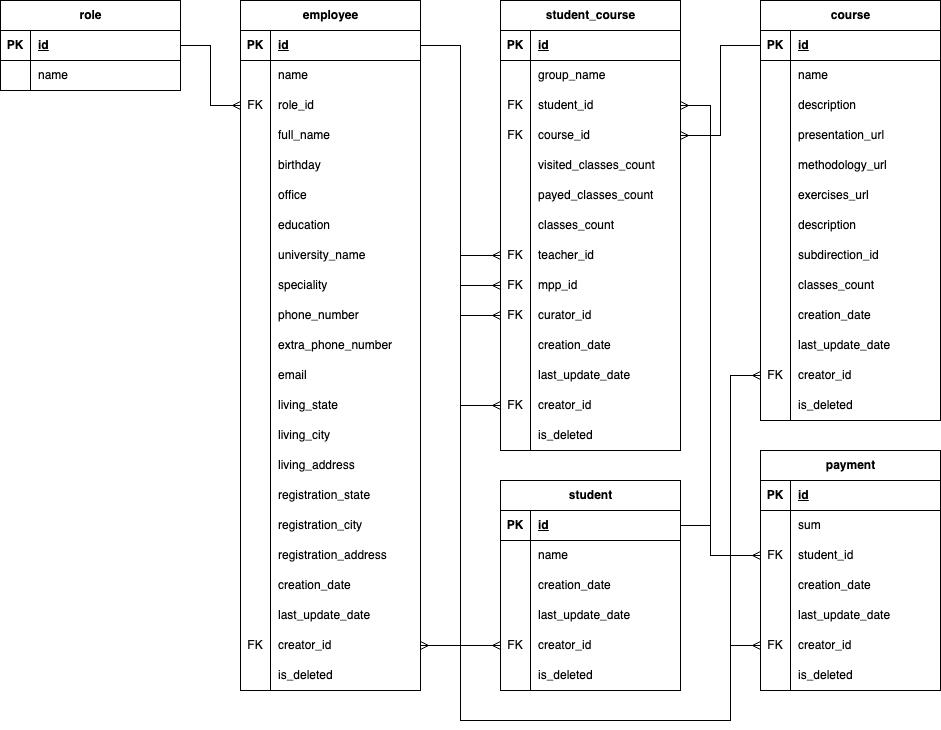
Earlier version of the draw.io export db/ER.png (BerezinYaroslav/ITera). Source tidied: cells renumbered, new cells last; positions are measured from the earlier drawing's top-left corner, leaving out a move shared by most shapes.
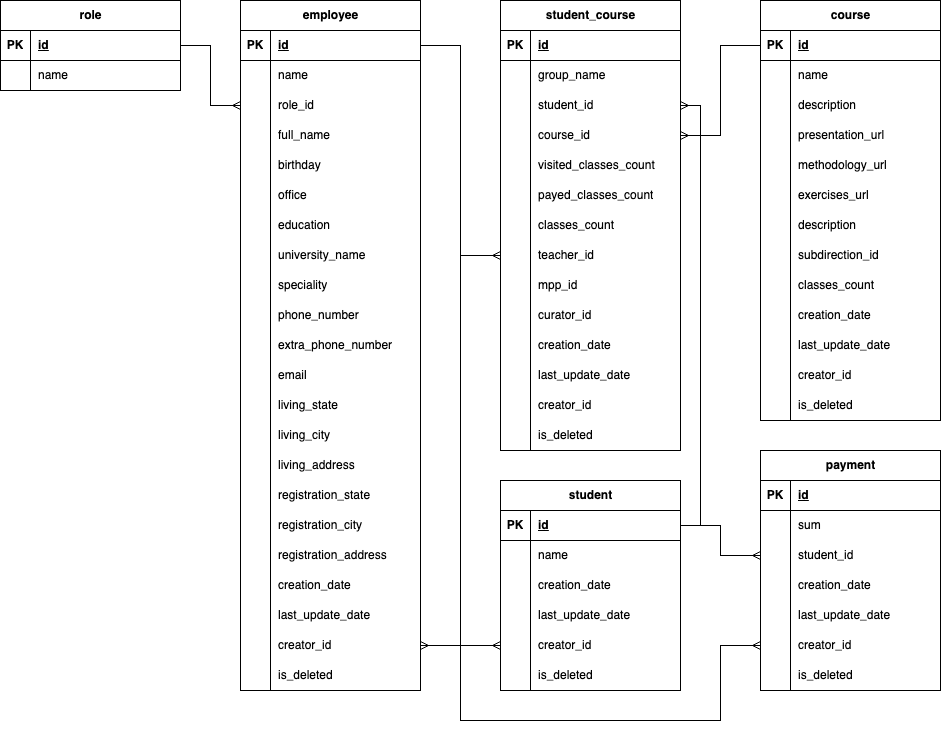
After the change.

Diff of the diagram source:
```diff
@@ -47,7 +47,7 @@
     <mxCell id="16" style="shape=tableRow;horizontal=0;startSize=0;swimlaneHead=0;swimlaneBody=0;fillColor=none;points=[[0,0.5],[1,0.5]];portConstraint=eastwest;top=0;left=0;right=0;bottom=0;" parent="9" vertex="1">
       <mxGeometry y="90" width="180" height="30" as="geometry" />
     </mxCell>
-    <mxCell id="17" value="FK" style="shape=partialRectangle;fillColor=none;top=0;left=0;bottom=0;right=0;overflow=hidden;whiteSpace=wrap;html=1;" parent="16" vertex="1">
+    <mxCell id="17" style="shape=partialRectangle;fillColor=none;top=0;left=0;bottom=0;right=0;overflow=hidden;whiteSpace=wrap;html=1;" parent="16" vertex="1">
       <mxGeometry width="30" height="30" as="geometry" />
     </mxCell>
     <mxCell id="18" value="role_id" style="shape=partialRectangle;fillColor=none;top=0;left=0;bottom=0;right=0;align=left;spacingLeft=6;overflow=hidden;whiteSpace=wrap;html=1;" parent="16" vertex="1">
@@ -209,7 +209,7 @@
     <mxCell id="70" style="shape=tableRow;horizontal=0;startSize=0;swimlaneHead=0;swimlaneBody=0;fillColor=none;points=[[0,0.5],[1,0.5]];portConstraint=eastwest;top=0;left=0;right=0;bottom=0;" parent="9" vertex="1">
       <mxGeometry y="630" width="180" height="30" as="geometry" />
     </mxCell>
-    <mxCell id="71" value="FK" style="shape=partialRectangle;fillColor=none;top=0;left=0;bottom=0;right=0;overflow=hidden;whiteSpace=wrap;html=1;" parent="70" vertex="1">
+    <mxCell id="71" style="shape=partialRectangle;fillColor=none;top=0;left=0;bottom=0;right=0;overflow=hidden;whiteSpace=wrap;html=1;" parent="70" vertex="1">
       <mxGeometry width="30" height="30" as="geometry" />
     </mxCell>
     <mxCell id="72" value="creator_id" style="shape=partialRectangle;fillColor=none;top=0;left=0;bottom=0;right=0;align=left;spacingLeft=6;overflow=hidden;whiteSpace=wrap;html=1;" parent="70" vertex="1">
@@ -329,7 +329,7 @@
     <mxCell id="110" style="shape=tableRow;horizontal=0;startSize=0;swimlaneHead=0;swimlaneBody=0;fillColor=none;points=[[0,0.5],[1,0.5]];portConstraint=eastwest;top=0;left=0;right=0;bottom=0;" parent="76" vertex="1">
       <mxGeometry y="360" width="180" height="30" as="geometry" />
     </mxCell>
-    <mxCell id="111" value="FK" style="shape=partialRectangle;fillColor=none;top=0;left=0;bottom=0;right=0;overflow=hidden;whiteSpace=wrap;html=1;" parent="110" vertex="1">
+    <mxCell id="111" style="shape=partialRectangle;fillColor=none;top=0;left=0;bottom=0;right=0;overflow=hidden;whiteSpace=wrap;html=1;" parent="110" vertex="1">
       <mxGeometry width="30" height="30" as="geometry" />
     </mxCell>
     <mxCell id="112" value="creator_id" style="shape=partialRectangle;fillColor=none;top=0;left=0;bottom=0;right=0;align=left;spacingLeft=6;overflow=hidden;whiteSpace=wrap;html=1;" parent="110" vertex="1">
@@ -386,7 +386,7 @@
     <mxCell id="129" style="shape=tableRow;horizontal=0;startSize=0;swimlaneHead=0;swimlaneBody=0;fillColor=none;points=[[0,0.5],[1,0.5]];portConstraint=eastwest;top=0;left=0;right=0;bottom=0;" parent="116" vertex="1">
       <mxGeometry y="150" width="180" height="30" as="geometry" />
     </mxCell>
-    <mxCell id="130" value="FK" style="shape=partialRectangle;fillColor=none;top=0;left=0;bottom=0;right=0;overflow=hidden;whiteSpace=wrap;html=1;" parent="129" vertex="1">
+    <mxCell id="130" style="shape=partialRectangle;fillColor=none;top=0;left=0;bottom=0;right=0;overflow=hidden;whiteSpace=wrap;html=1;" parent="129" vertex="1">
       <mxGeometry width="30" height="30" as="geometry" />
     </mxCell>
     <mxCell id="131" value="creator_id" style="shape=partialRectangle;fillColor=none;top=0;left=0;bottom=0;right=0;align=left;spacingLeft=6;overflow=hidden;whiteSpace=wrap;html=1;" parent="129" vertex="1">
@@ -425,7 +425,7 @@
     <mxCell id="142" style="shape=tableRow;horizontal=0;startSize=0;swimlaneHead=0;swimlaneBody=0;fillColor=none;points=[[0,0.5],[1,0.5]];portConstraint=eastwest;top=0;left=0;right=0;bottom=0;" parent="135" vertex="1">
       <mxGeometry y="90" width="180" height="30" as="geometry" />
     </mxCell>
-    <mxCell id="143" value="FK" style="shape=partialRectangle;fillColor=none;top=0;left=0;bottom=0;right=0;overflow=hidden;whiteSpace=wrap;html=1;" parent="142" vertex="1">
+    <mxCell id="143" style="shape=partialRectangle;fillColor=none;top=0;left=0;bottom=0;right=0;overflow=hidden;whiteSpace=wrap;html=1;" parent="142" vertex="1">
       <mxGeometry width="30" height="30" as="geometry" />
     </mxCell>
     <mxCell id="144" value="student_id" style="shape=partialRectangle;fillColor=none;top=0;left=0;bottom=0;right=0;align=left;spacingLeft=6;overflow=hidden;whiteSpace=wrap;html=1;" parent="142" vertex="1">
@@ -434,7 +434,7 @@
     <mxCell id="145" style="shape=tableRow;horizontal=0;startSize=0;swimlaneHead=0;swimlaneBody=0;fillColor=none;points=[[0,0.5],[1,0.5]];portConstraint=eastwest;top=0;left=0;right=0;bottom=0;" parent="135" vertex="1">
       <mxGeometry y="120" width="180" height="30" as="geometry" />
     </mxCell>
-    <mxCell id="146" value="FK" style="shape=partialRectangle;fillColor=none;top=0;left=0;bottom=0;right=0;overflow=hidden;whiteSpace=wrap;html=1;" parent="145" vertex="1">
+    <mxCell id="146" style="shape=partialRectangle;fillColor=none;top=0;left=0;bottom=0;right=0;overflow=hidden;whiteSpace=wrap;html=1;" parent="145" vertex="1">
       <mxGeometry width="30" height="30" as="geometry" />
     </mxCell>
     <mxCell id="147" value="course_id" style="shape=partialRectangle;fillColor=none;top=0;left=0;bottom=0;right=0;align=left;spacingLeft=6;overflow=hidden;whiteSpace=wrap;html=1;" parent="145" vertex="1">
@@ -470,7 +470,7 @@
     <mxCell id="157" style="shape=tableRow;horizontal=0;startSize=0;swimlaneHead=0;swimlaneBody=0;fillColor=none;points=[[0,0.5],[1,0.5]];portConstraint=eastwest;top=0;left=0;right=0;bottom=0;" parent="135" vertex="1">
       <mxGeometry y="240" width="180" height="30" as="geometry" />
     </mxCell>
-    <mxCell id="158" value="FK" style="shape=partialRectangle;fillColor=none;top=0;left=0;bottom=0;right=0;overflow=hidden;whiteSpace=wrap;html=1;" parent="157" vertex="1">
+    <mxCell id="158" style="shape=partialRectangle;fillColor=none;top=0;left=0;bottom=0;right=0;overflow=hidden;whiteSpace=wrap;html=1;" parent="157" vertex="1">
       <mxGeometry width="30" height="30" as="geometry" />
     </mxCell>
     <mxCell id="159" value="teacher_id" style="shape=partialRectangle;fillColor=none;top=0;left=0;bottom=0;right=0;align=left;spacingLeft=6;overflow=hidden;whiteSpace=wrap;html=1;" parent="157" vertex="1">
@@ -479,7 +479,7 @@
     <mxCell id="160" style="shape=tableRow;horizontal=0;startSize=0;swimlaneHead=0;swimlaneBody=0;fillColor=none;points=[[0,0.5],[1,0.5]];portConstraint=eastwest;top=0;left=0;right=0;bottom=0;" parent="135" vertex="1">
       <mxGeometry y="270" width="180" height="30" as="geometry" />
     </mxCell>
-    <mxCell id="161" value="FK" style="shape=partialRectangle;fillColor=none;top=0;left=0;bottom=0;right=0;overflow=hidden;whiteSpace=wrap;html=1;" parent="160" vertex="1">
+    <mxCell id="161" style="shape=partialRectangle;fillColor=none;top=0;left=0;bottom=0;right=0;overflow=hidden;whiteSpace=wrap;html=1;" parent="160" vertex="1">
       <mxGeometry width="30" height="30" as="geometry" />
     </mxCell>
     <mxCell id="162" value="mpp_id" style="shape=partialRectangle;fillColor=none;top=0;left=0;bottom=0;right=0;align=left;spacingLeft=6;overflow=hidden;whiteSpace=wrap;html=1;" parent="160" vertex="1">
@@ -488,7 +488,7 @@
     <mxCell id="163" style="shape=tableRow;horizontal=0;startSize=0;swimlaneHead=0;swimlaneBody=0;fillColor=none;points=[[0,0.5],[1,0.5]];portConstraint=eastwest;top=0;left=0;right=0;bottom=0;" parent="135" vertex="1">
       <mxGeometry y="300" width="180" height="30" as="geometry" />
     </mxCell>
-    <mxCell id="164" value="FK" style="shape=partialRectangle;fillColor=none;top=0;left=0;bottom=0;right=0;overflow=hidden;whiteSpace=wrap;html=1;" parent="163" vertex="1">
+    <mxCell id="164" style="shape=partialRectangle;fillColor=none;top=0;left=0;bottom=0;right=0;overflow=hidden;whiteSpace=wrap;html=1;" parent="163" vertex="1">
       <mxGeometry width="30" height="30" as="geometry" />
     </mxCell>
     <mxCell id="165" value="curator_id" style="shape=partialRectangle;fillColor=none;top=0;left=0;bottom=0;right=0;align=left;spacingLeft=6;overflow=hidden;whiteSpace=wrap;html=1;" parent="163" vertex="1">
@@ -515,7 +515,7 @@
     <mxCell id="172" style="shape=tableRow;horizontal=0;startSize=0;swimlaneHead=0;swimlaneBody=0;fillColor=none;points=[[0,0.5],[1,0.5]];portConstraint=eastwest;top=0;left=0;right=0;bottom=0;" parent="135" vertex="1">
       <mxGeometry y="390" width="180" height="30" as="geometry" />
     </mxCell>
-    <mxCell id="173" value="FK" style="shape=partialRectangle;fillColor=none;top=0;left=0;bottom=0;right=0;overflow=hidden;whiteSpace=wrap;html=1;" parent="172" vertex="1">
+    <mxCell id="173" style="shape=partialRectangle;fillColor=none;top=0;left=0;bottom=0;right=0;overflow=hidden;whiteSpace=wrap;html=1;" parent="172" vertex="1">
       <mxGeometry width="30" height="30" as="geometry" />
     </mxCell>
     <mxCell id="174" value="creator_id" style="shape=partialRectangle;fillColor=none;top=0;left=0;bottom=0;right=0;align=left;spacingLeft=6;overflow=hidden;whiteSpace=wrap;html=1;" parent="172" vertex="1">
@@ -554,7 +554,7 @@
     <mxCell id="185" style="shape=tableRow;horizontal=0;startSize=0;swimlaneHead=0;swimlaneBody=0;fillColor=none;points=[[0,0.5],[1,0.5]];portConstraint=eastwest;top=0;left=0;right=0;bottom=0;" parent="178" vertex="1">
       <mxGeometry y="90" width="180" height="30" as="geometry" />
     </mxCell>
-    <mxCell id="186" value="FK" style="shape=partialRectangle;fillColor=none;top=0;left=0;bottom=0;right=0;overflow=hidden;whiteSpace=wrap;html=1;" parent="185" vertex="1">
+    <mxCell id="186" style="shape=partialRectangle;fillColor=none;top=0;left=0;bottom=0;right=0;overflow=hidden;whiteSpace=wrap;html=1;" parent="185" vertex="1">
       <mxGeometry width="30" height="30" as="geometry" />
     </mxCell>
     <mxCell id="187" value="student_id" style="shape=partialRectangle;fillColor=none;top=0;left=0;bottom=0;right=0;align=left;spacingLeft=6;overflow=hidden;whiteSpace=wrap;html=1;" parent="185" vertex="1">
@@ -581,7 +581,7 @@
     <mxCell id="194" style="shape=tableRow;horizontal=0;startSize=0;swimlaneHead=0;swimlaneBody=0;fillColor=none;points=[[0,0.5],[1,0.5]];portConstraint=eastwest;top=0;left=0;right=0;bottom=0;" parent="178" vertex="1">
       <mxGeometry y="180" width="180" height="30" as="geometry" />
     </mxCell>
-    <mxCell id="195" value="FK" style="shape=partialRectangle;fillColor=none;top=0;left=0;bottom=0;right=0;overflow=hidden;whiteSpace=wrap;html=1;" parent="194" vertex="1">
+    <mxCell id="195" style="shape=partialRectangle;fillColor=none;top=0;left=0;bottom=0;right=0;overflow=hidden;whiteSpace=wrap;html=1;" parent="194" vertex="1">
       <mxGeometry width="30" height="30" as="geometry" />
     </mxCell>
     <mxCell id="196" value="creator_id" style="shape=partialRectangle;fillColor=none;top=0;left=0;bottom=0;right=0;align=left;spacingLeft=6;overflow=hidden;whiteSpace=wrap;html=1;" parent="194" vertex="1">
@@ -627,54 +627,20 @@
       </mxGeometry>
     </mxCell>
     <mxCell id="205" style="edgeStyle=orthogonalEdgeStyle;rounded=0;jettySize=auto;html=1;exitX=1;exitY=0.5;exitDx=0;exitDy=0;entryX=1;entryY=0.5;entryDx=0;entryDy=0;endArrow=none;endFill=0;startArrow=ERmany;startFill=0;" parent="1" edge="1" source="142" target="117">
-      <mxGeometry relative="1" as="geometry">
-        <Array as="points">
-          <mxPoint x="710" y="105" />
-          <mxPoint x="710" y="525" />
-        </Array>
-      </mxGeometry>
+      <mxGeometry relative="1" as="geometry" />
     </mxCell>
     <mxCell id="206" style="edgeStyle=orthogonalEdgeStyle;rounded=0;jettySize=auto;html=1;entryX=1;entryY=0.5;entryDx=0;entryDy=0;startArrow=ERmany;startFill=0;endArrow=none;endFill=0;" parent="1" edge="1" source="185" target="117">
-      <mxGeometry relative="1" as="geometry">
-        <Array as="points">
-          <mxPoint x="710" y="555" />
-          <mxPoint x="710" y="525" />
-        </Array>
-      </mxGeometry>
+      <mxGeometry relative="1" as="geometry" />
     </mxCell>
     <mxCell id="207" style="edgeStyle=orthogonalEdgeStyle;rounded=0;jettySize=auto;html=1;exitX=0;exitY=0.5;exitDx=0;exitDy=0;entryX=1;entryY=0.5;entryDx=0;entryDy=0;startArrow=ERmany;startFill=0;endArrow=none;endFill=0;" parent="1" edge="1" source="194" target="10">
       <mxGeometry relative="1" as="geometry">
         <Array as="points">
-          <mxPoint x="730" y="645" />
-          <mxPoint x="730" y="720" />
+          <mxPoint x="720" y="645" />
+          <mxPoint x="720" y="720" />
           <mxPoint x="460" y="720" />
           <mxPoint x="460" y="45" />
         </Array>
       </mxGeometry>
     </mxCell>
-    <mxCell id="208" style="edgeStyle=orthogonalEdgeStyle;rounded=0;jettySize=auto;html=1;exitX=0;exitY=0.5;exitDx=0;exitDy=0;entryX=1;entryY=0.5;entryDx=0;entryDy=0;endArrow=none;endFill=0;startArrow=ERmany;startFill=0;" parent="1" edge="1" source="172" target="10">
-      <mxGeometry relative="1" as="geometry" />
-    </mxCell>
-    <mxCell id="209" style="edgeStyle=orthogonalEdgeStyle;rounded=0;jettySize=auto;html=1;exitX=0;exitY=0.5;exitDx=0;exitDy=0;entryX=1;entryY=0.5;entryDx=0;entryDy=0;startArrow=ERmany;startFill=0;endArrow=none;endFill=0;" parent="1" edge="1" source="160" target="10">
-      <mxGeometry relative="1" as="geometry" />
-    </mxCell>
-    <mxCell id="210" style="edgeStyle=orthogonalEdgeStyle;rounded=0;jettySize=auto;html=1;exitX=0;exitY=0.5;exitDx=0;exitDy=0;endArrow=none;endFill=0;startArrow=ERmany;startFill=0;entryX=1;entryY=0.5;entryDx=0;entryDy=0;" parent="1" edge="1" source="163" target="10">
-      <mxGeometry relative="1" as="geometry">
-        <Array as="points">
-          <mxPoint x="460" y="315" />
-          <mxPoint x="460" y="45" />
-        </Array>
-      </mxGeometry>
-    </mxCell>
-    <mxCell id="211" style="edgeStyle=orthogonalEdgeStyle;rounded=0;jettySize=auto;html=1;exitX=0;exitY=0.5;exitDx=0;exitDy=0;entryX=1;entryY=0.5;entryDx=0;entryDy=0;startArrow=ERmany;startFill=0;endArrow=none;endFill=0;" parent="1" edge="1" source="110" target="10">
-      <mxGeometry relative="1" as="geometry">
-        <Array as="points">
-          <mxPoint x="730" y="375" />
-          <mxPoint x="730" y="720" />
-          <mxPoint x="460" y="720" />
-          <mxPoint x="460" y="45" />
-        </Array>
-      </mxGeometry>
-    </mxCell>
   </root>
 </mxGraphModel>
```
